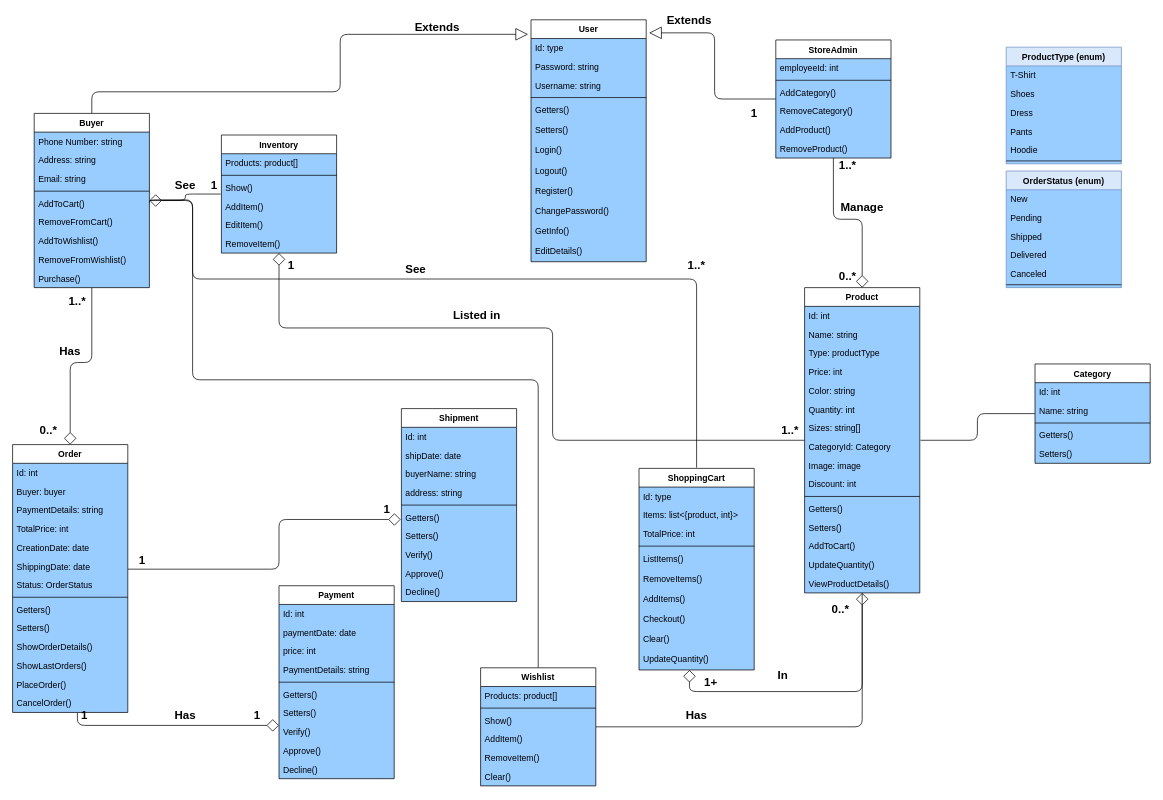
kokolight/EuroleagueAnalysis keeps this draw.io diagram as docs/ClassDiagram.drawio. Above is the earlier version. Source tidied: cells renumbered, new cells numbered last; positions are measured from the earlier drawing's top-left corner, leaving out a move shared by most shapes. Both pictures are drawn from the tidied source at 72%, with x=0, y=0 at pixel (12, 12).
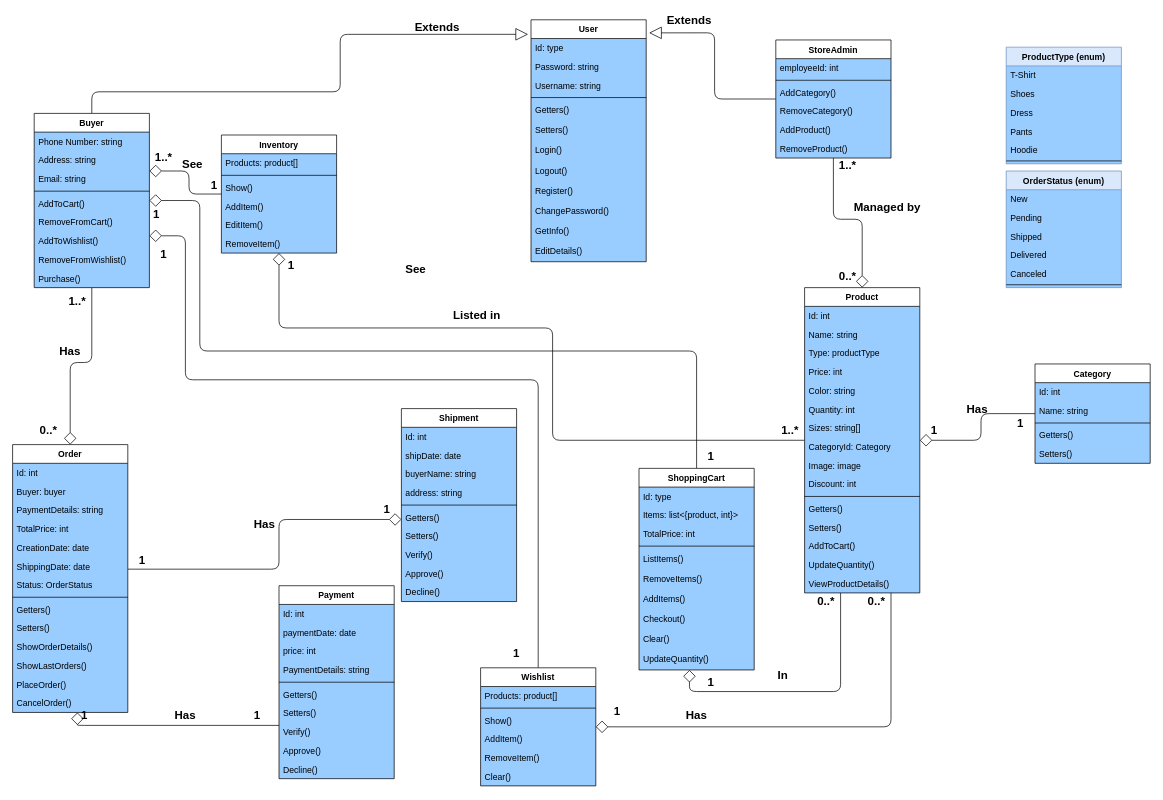
After the change.

Unchanged cells that the change refers to:
```xml
<mxCell id="3" value="ShoppingCart" style="swimlane;fontStyle=1;align=center;verticalAlign=top;horizontal=1;startSize=26;fontSize=12;swimlaneFillColor=#99CCFF;" parent="1" vertex="1">
  <mxGeometry x="870" y="633" width="160" height="280" as="geometry" />
</mxCell>
<mxCell id="13" value="UpdateQuantity()" style="text;strokeColor=none;fillColor=none;align=left;verticalAlign=top;spacingLeft=4;spacingRight=4;overflow=hidden;points=[[0,0.5],[1,0.5]];portConstraint=eastwest;" parent="3" vertex="1">
  <mxGeometry y="252" width="160" height="28" as="geometry" />
</mxCell>
<mxCell id="14" value="Inventory" style="swimlane;fontStyle=1;align=center;verticalAlign=top;horizontal=1;startSize=26;fontSize=12;glass=0;swimlaneFillColor=#99CCFF;" parent="1" vertex="1">
  <mxGeometry x="290" y="170" width="160" height="164" as="geometry" />
</mxCell>
<mxCell id="23" value="Product" style="swimlane;fontStyle=1;align=center;verticalAlign=top;horizontal=1;startSize=26;fontSize=12;swimlaneFillColor=#99CCFF;" parent="1" vertex="1">
  <mxGeometry x="1100" y="382" width="160" height="424" as="geometry" />
</mxCell>
<mxCell id="53" value="Buyer" style="swimlane;fontStyle=1;align=center;verticalAlign=top;horizontal=1;startSize=26;fontSize=12;swimlaneFillColor=#99CCFF;" parent="1" vertex="1">
  <mxGeometry x="30" y="140" width="160" height="242" as="geometry" />
</mxCell>
<mxCell id="58" value="AddToCart()" style="text;align=left;verticalAlign=top;spacingLeft=4;spacingRight=4;overflow=hidden;points=[[0,0.5],[1,0.5]];portConstraint=eastwest;html=0;fontSize=12;" parent="53" vertex="1">
  <mxGeometry y="112" width="160" height="26" as="geometry" />
</mxCell>
<mxCell id="64" value="Category" style="swimlane;fontStyle=1;align=center;verticalAlign=top;horizontal=1;startSize=26;fontSize=12;swimlaneFillColor=#99CCFF;" parent="1" vertex="1">
  <mxGeometry x="1420" y="488" width="160" height="138" as="geometry" />
</mxCell>
<mxCell id="72" value="Order" style="swimlane;fontStyle=1;align=center;verticalAlign=top;horizontal=1;startSize=26;fontSize=12;swimlaneFillColor=#99CCFF;" parent="1" vertex="1">
  <mxGeometry y="600" width="160" height="372" as="geometry" />
</mxCell>
<mxCell id="87" value="Payment" style="swimlane;fontStyle=1;align=center;verticalAlign=top;horizontal=1;startSize=26;fontSize=12;swimlaneFillColor=#99CCFF;" parent="1" vertex="1">
  <mxGeometry x="370" y="796" width="160" height="268" as="geometry" />
</mxCell>
<mxCell id="98" value="Shipment" style="swimlane;fontStyle=1;align=center;verticalAlign=top;horizontal=1;startSize=26;fontSize=12;swimlaneFillColor=#99CCFF;" parent="1" vertex="1">
  <mxGeometry x="540" y="550" width="160" height="268" as="geometry" />
</mxCell>
<mxCell id="124" value="Wishlist" style="swimlane;fontStyle=1;align=center;verticalAlign=top;horizontal=1;startSize=26;fontSize=12;swimlaneFillColor=#99CCFF;" parent="1" vertex="1">
  <mxGeometry x="650" y="910" width="160" height="164" as="geometry" />
</mxCell>
```

The edit, as a diff of the source:
```diff
@@
-    <mxCell id="2" style="edgeStyle=orthogonalEdgeStyle;rounded=1;jettySize=auto;html=1;fontSize=16;endArrow=diamond;endFill=0;endSize=15;" parent="1" edge="1" source="124" target="53">
+    <mxCell id="2" style="edgeStyle=orthogonalEdgeStyle;rounded=1;jettySize=auto;html=1;fontSize=16;endArrow=diamond;endFill=0;endSize=15;" parent="1" edge="1" source="124">
       <mxGeometry relative="1" as="geometry">
+        <mxPoint x="190" y="310" as="targetPoint" />
         <Array as="points">
           <mxPoint x="730" y="510" />
-          <mxPoint x="250" y="510" />
-          <mxPoint x="250" y="261" />
+          <mxPoint x="240" y="510" />
+          <mxPoint x="240" y="310" />
         </Array>
       </mxGeometry>
     </mxCell>
+    <mxCell id="169" style="edgeStyle=orthogonalEdgeStyle;rounded=1;jettySize=auto;html=1;endArrow=diamond;endFill=0;fontSize=16;endSize=15;" parent="1" edge="1" source="3" target="53">
+      <mxGeometry relative="1" as="geometry">
+        <Array as="points">
+          <mxPoint x="950" y="470" />
+          <mxPoint x="260" y="470" />
+          <mxPoint x="260" y="261" />
+        </Array>
+      </mxGeometry>
+    </mxCell>
@@
     <mxCell id="22" style="edgeStyle=orthogonalEdgeStyle;rounded=1;jettySize=auto;html=1;entryX=0.438;entryY=1;entryDx=0;entryDy=0;entryPerimeter=0;fontSize=16;endArrow=diamond;endFill=0;endSize=15;" parent="1" edge="1" source="23" target="13">
-      <mxGeometry relative="1" as="geometry" />
+      <mxGeometry relative="1" as="geometry">
+        <Array as="points">
+          <mxPoint x="1150" y="943" />
+          <mxPoint x="940" y="943" />
+        </Array>
+      </mxGeometry>
     </mxCell>
@@
-    <mxCell id="41" style="edgeStyle=orthogonalEdgeStyle;rounded=1;jettySize=auto;html=1;fontSize=12;startArrow=none;startFill=0;endArrow=none;endFill=0;startSize=15;endSize=15;targetPerimeterSpacing=1;strokeWidth=1;exitX=1;exitY=0.5;exitDx=0;exitDy=0;" parent="1" edge="1" source="58" target="3">
-      <mxGeometry relative="1" as="geometry">
-        <Array as="points">
-          <mxPoint x="190" y="260" />
-          <mxPoint x="250" y="260" />
-          <mxPoint x="250" y="370" />
-          <mxPoint x="950" y="370" />
-        </Array>
-      </mxGeometry>
-    </mxCell>
@@
-    <mxCell id="43" style="edgeStyle=orthogonalEdgeStyle;rounded=1;jettySize=auto;html=1;fontSize=12;startArrow=none;startFill=0;endArrow=none;endFill=0;startSize=15;endSize=15;targetPerimeterSpacing=1;strokeWidth=1;" parent="1" edge="1" source="53" target="14">
-      <mxGeometry relative="1" as="geometry" />
+    <mxCell id="43" style="edgeStyle=orthogonalEdgeStyle;rounded=1;jettySize=auto;html=1;fontSize=16;startArrow=diamond;endArrow=none;endFill=0;endSize=6;strokeWidth=1;startFill=0;startSize=15;" parent="1" edge="1" source="53" target="14">
+      <mxGeometry relative="1" as="geometry">
+        <Array as="points">
+          <mxPoint x="245" y="220" />
+          <mxPoint x="245" y="252" />
+        </Array>
+      </mxGeometry>
     </mxCell>
@@
-    <mxCell id="63" style="edgeStyle=orthogonalEdgeStyle;rounded=1;jettySize=auto;html=1;fontSize=12;startArrow=none;startFill=0;endArrow=none;endFill=0;startSize=15;endSize=15;targetPerimeterSpacing=1;strokeWidth=1;" parent="1" edge="1" source="64" target="23">
+    <mxCell id="63" style="edgeStyle=orthogonalEdgeStyle;rounded=1;jettySize=auto;html=1;fontSize=16;startArrow=none;endArrow=diamond;endFill=0;endSize=15;" parent="1" edge="1" source="64" target="23">
       <mxGeometry relative="1" as="geometry" />
     </mxCell>
@@
-    <mxCell id="70" style="edgeStyle=orthogonalEdgeStyle;rounded=1;jettySize=auto;html=1;fontSize=12;startArrow=none;startFill=0;endArrow=diamond;endFill=0;startSize=15;endSize=15;targetPerimeterSpacing=1;strokeWidth=1;" parent="1" edge="1" source="72" target="98">
+    <mxCell id="70" style="edgeStyle=orthogonalEdgeStyle;rounded=1;jettySize=auto;html=1;fontSize=16;endArrow=diamond;endFill=0;endSize=15;" parent="1" edge="1" source="72" target="98">
       <mxGeometry relative="1" as="geometry">
         <Array as="points">
           <mxPoint x="370" y="773" />
           <mxPoint x="370" y="704" />
         </Array>
       </mxGeometry>
     </mxCell>
-    <mxCell id="71" style="edgeStyle=orthogonalEdgeStyle;rounded=1;jettySize=auto;html=1;fontSize=16;endArrow=diamond;endFill=0;endSize=15;" parent="1" edge="1" source="72" target="87">
+    <mxCell id="71" style="edgeStyle=orthogonalEdgeStyle;rounded=1;jettySize=auto;html=1;fontSize=16;endArrow=none;endFill=0;endSize=6;strokeWidth=1;startFill=0;startArrow=diamond;startSize=15;" parent="1" edge="1" source="72" target="87">
       <mxGeometry relative="1" as="geometry">
         <Array as="points">
           <mxPoint x="90" y="990" />
         </Array>
       </mxGeometry>
     </mxCell>
@@
-    <mxCell id="123" style="edgeStyle=orthogonalEdgeStyle;rounded=1;jettySize=auto;html=1;fontSize=16;endArrow=diamond;endFill=0;endSize=15;" parent="1" edge="1" source="124" target="23">
-      <mxGeometry relative="1" as="geometry" />
+    <mxCell id="123" style="edgeStyle=orthogonalEdgeStyle;rounded=1;jettySize=auto;html=1;fontSize=16;endArrow=none;endFill=0;endSize=6;strokeWidth=1;startFill=0;startArrow=diamond;startSize=15;" parent="1" edge="1" source="124" target="23">
+      <mxGeometry relative="1" as="geometry">
+        <Array as="points">
+          <mxPoint x="1220" y="992" />
+        </Array>
+      </mxGeometry>
     </mxCell>
@@
-    <mxCell id="137" value="Manage" style="text;html=1;strokeColor=none;fillColor=none;align=center;verticalAlign=middle;whiteSpace=wrap;rounded=0;fontSize=16;fontStyle=1;" parent="1" vertex="1">
-      <mxGeometry x="1160" y="260" width="40" height="20" as="geometry" />
+    <mxCell id="137" value="Managed by" style="text;html=1;strokeColor=none;fillColor=none;align=center;verticalAlign=middle;whiteSpace=wrap;rounded=0;fontSize=16;fontStyle=1;" parent="1" vertex="1">
+      <mxGeometry x="1160" y="260" width="110" height="20" as="geometry" />
     </mxCell>
@@
-    <mxCell id="143" value="1" style="text;html=1;strokeColor=none;fillColor=none;align=center;verticalAlign=middle;whiteSpace=wrap;rounded=0;fontSize=16;fontStyle=1;" parent="1" vertex="1">
-      <mxGeometry x="1010" y="130" width="40" height="20" as="geometry" />
-    </mxCell>
-    <mxCell id="144" value="1..*" style="text;html=1;strokeColor=none;fillColor=none;align=center;verticalAlign=middle;whiteSpace=wrap;rounded=0;fontSize=16;fontStyle=1;" parent="1" vertex="1">
-      <mxGeometry x="930" y="340" width="40" height="20" as="geometry" />
-    </mxCell>
@@
     <mxCell id="162" value="0..*" style="text;html=1;strokeColor=none;fillColor=none;align=center;verticalAlign=middle;whiteSpace=wrap;rounded=0;fontSize=16;fontStyle=1;" parent="1" vertex="1">
-      <mxGeometry x="1130" y="818" width="40" height="20" as="geometry" />
+      <mxGeometry x="1110" y="806" width="40" height="22" as="geometry" />
     </mxCell>
-    <mxCell id="163" value="1+" style="text;html=1;strokeColor=none;fillColor=none;align=center;verticalAlign=middle;whiteSpace=wrap;rounded=0;fontSize=16;fontStyle=1;" parent="1" vertex="1">
+    <mxCell id="163" value="1" style="text;html=1;strokeColor=none;fillColor=none;align=center;verticalAlign=middle;whiteSpace=wrap;rounded=0;fontSize=16;fontStyle=1;" parent="1" vertex="1">
       <mxGeometry x="950" y="920" width="40" height="20" as="geometry" />
     </mxCell>
@@
     <mxCell id="165" value="See" style="text;html=1;strokeColor=none;fillColor=none;align=center;verticalAlign=middle;whiteSpace=wrap;rounded=0;fontSize=16;fontStyle=1;" parent="1" vertex="1">
-      <mxGeometry x="220" y="230" width="40" height="20" as="geometry" />
+      <mxGeometry x="230" y="200" width="40" height="20" as="geometry" />
     </mxCell>
@@
+    <mxCell id="170" value="1" style="text;html=1;strokeColor=none;fillColor=none;align=center;verticalAlign=middle;whiteSpace=wrap;rounded=0;fontSize=16;fontStyle=1;" parent="1" vertex="1">
+      <mxGeometry x="180" y="270" width="40" height="20" as="geometry" />
+    </mxCell>
+    <mxCell id="171" value="1" style="text;html=1;strokeColor=none;fillColor=none;align=center;verticalAlign=middle;whiteSpace=wrap;rounded=0;fontSize=16;fontStyle=1;" parent="1" vertex="1">
+      <mxGeometry x="950" y="606" width="40" height="20" as="geometry" />
+    </mxCell>
+    <mxCell id="172" value="1" style="text;html=1;strokeColor=none;fillColor=none;align=center;verticalAlign=middle;whiteSpace=wrap;rounded=0;fontSize=16;fontStyle=1;" parent="1" vertex="1">
+      <mxGeometry x="190" y="326" width="40" height="20" as="geometry" />
+    </mxCell>
+    <mxCell id="173" value="1" style="text;html=1;strokeColor=none;fillColor=none;align=center;verticalAlign=middle;whiteSpace=wrap;rounded=0;fontSize=16;fontStyle=1;" parent="1" vertex="1">
+      <mxGeometry x="680" y="880" width="40" height="20" as="geometry" />
+    </mxCell>
+    <mxCell id="144" value="1..*" style="text;html=1;strokeColor=none;fillColor=none;align=center;verticalAlign=middle;whiteSpace=wrap;rounded=0;fontSize=16;fontStyle=1;" parent="1" vertex="1">
+      <mxGeometry x="190" y="190" width="40" height="20" as="geometry" />
+    </mxCell>
+    <mxCell id="174" value="1" style="text;html=1;strokeColor=none;fillColor=none;align=center;verticalAlign=middle;whiteSpace=wrap;rounded=0;fontSize=16;fontStyle=1;" parent="1" vertex="1">
+      <mxGeometry x="820" y="960" width="40" height="20" as="geometry" />
+    </mxCell>
+    <mxCell id="175" value="0..*" style="text;html=1;strokeColor=none;fillColor=none;align=center;verticalAlign=middle;whiteSpace=wrap;rounded=0;fontSize=16;fontStyle=1;" parent="1" vertex="1">
+      <mxGeometry x="1180" y="806" width="40" height="22" as="geometry" />
+    </mxCell>
+    <mxCell id="176" value="1" style="text;html=1;strokeColor=none;fillColor=none;align=center;verticalAlign=middle;whiteSpace=wrap;rounded=0;fontSize=16;fontStyle=1;" parent="1" vertex="1">
+      <mxGeometry x="1260" y="570" width="40" height="20" as="geometry" />
+    </mxCell>
+    <mxCell id="177" value="1" style="text;html=1;strokeColor=none;fillColor=none;align=center;verticalAlign=middle;whiteSpace=wrap;rounded=0;fontSize=16;fontStyle=1;" parent="1" vertex="1">
+      <mxGeometry x="1380" y="560" width="40" height="20" as="geometry" />
+    </mxCell>
+    <mxCell id="178" value="Has" style="text;html=1;strokeColor=none;fillColor=none;align=center;verticalAlign=middle;whiteSpace=wrap;rounded=0;fontSize=16;fontStyle=1;" parent="1" vertex="1">
+      <mxGeometry x="1320" y="540" width="40" height="20" as="geometry" />
+    </mxCell>
+    <mxCell id="179" value="Has" style="text;html=1;strokeColor=none;fillColor=none;align=center;verticalAlign=middle;whiteSpace=wrap;rounded=0;fontSize=16;fontStyle=1;" parent="1" vertex="1">
+      <mxGeometry x="330" y="700" width="40" height="20" as="geometry" />
+    </mxCell>
```
